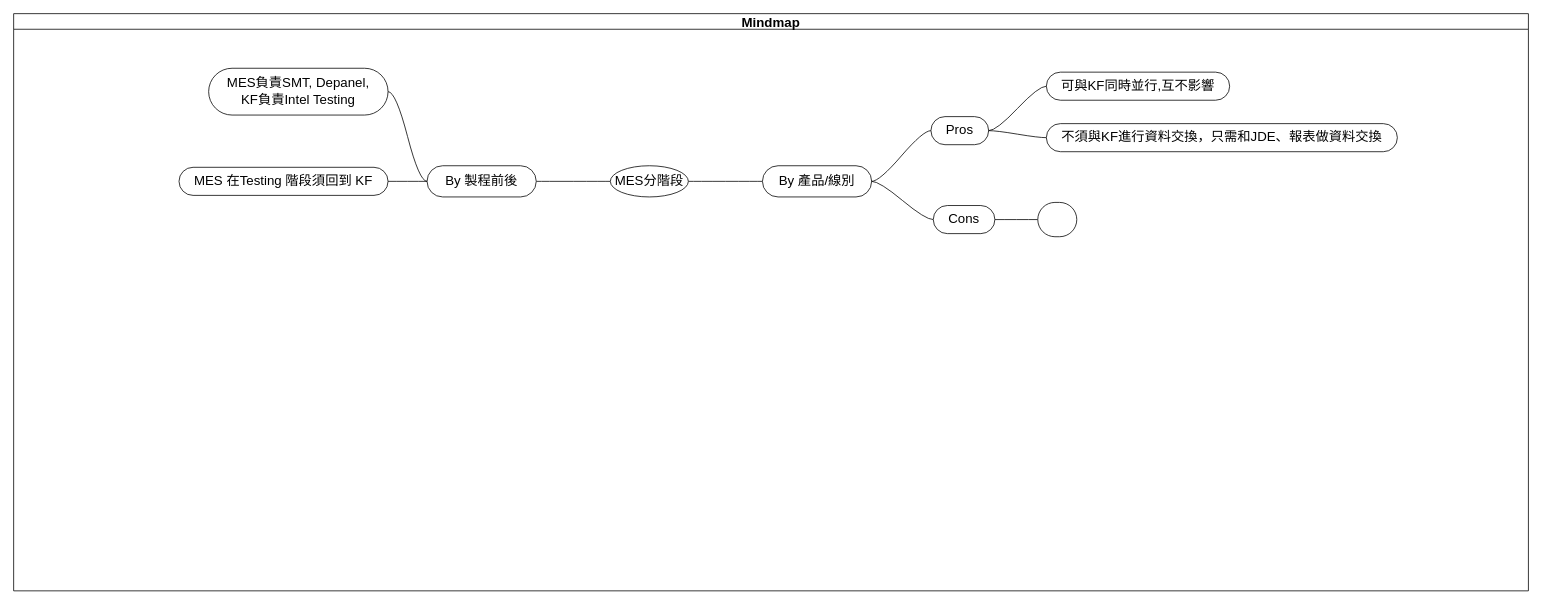
Before: MES Mindmaps/MES分階段.drawio in vinceliao99/MyDiagrams, a draw.io diagram. Source tidied: cells renumbered, new cells numbered last; positions are measured from the earlier drawing's top-left corner, leaving out a move shared by most shapes. Both pictures are drawn from the tidied source at 78%, with x=0, y=0 at pixel (13, 13).
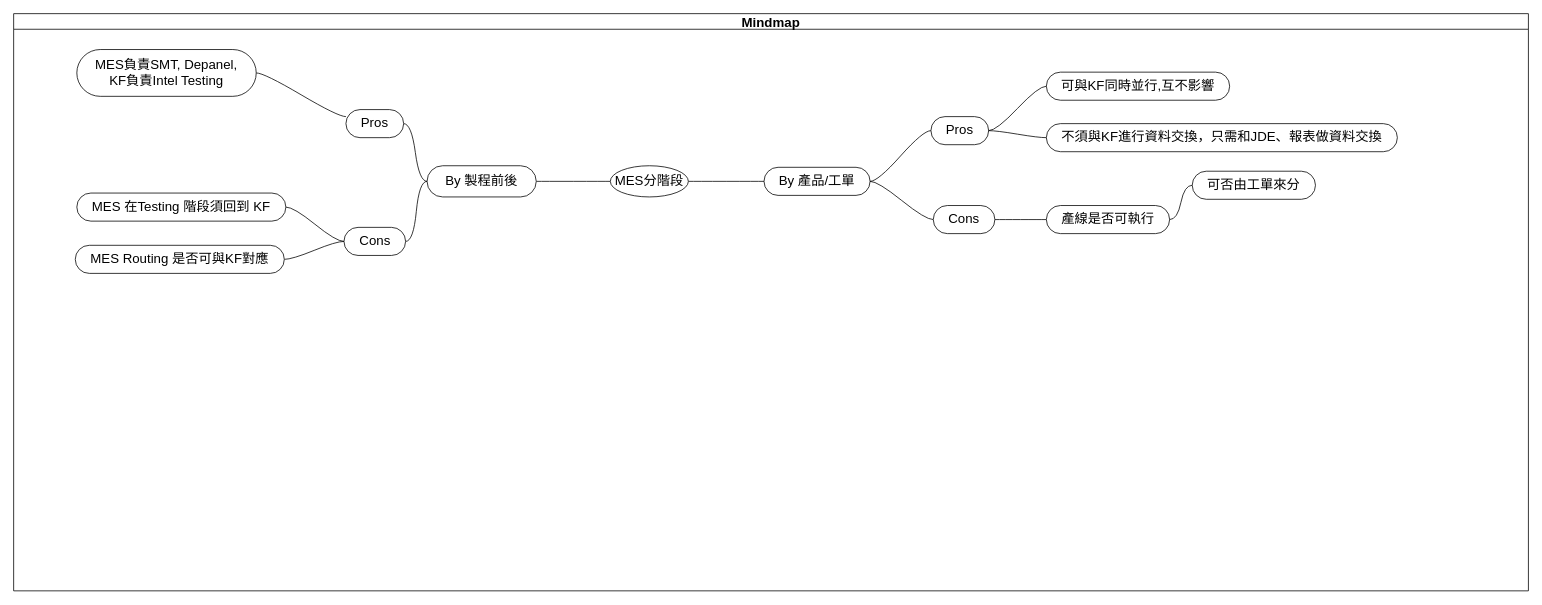
After the change.

The change refers to these unchanged cells:
```xml
<mxCell id="2" value="Mindmap" style="swimlane;startSize=20;horizontal=1;containerType=tree;fontSize=17;" parent="1" vertex="1">
  <mxGeometry width="1942" height="740" as="geometry" />
</mxCell>
<mxCell id="7" value="By 製程前後" style="whiteSpace=wrap;html=1;rounded=1;arcSize=50;align=center;verticalAlign=middle;strokeWidth=1;spacing=4;newEdgeStyle={&quot;edgeStyle&quot;:&quot;entityRelationEdgeStyle&quot;,&quot;startArrow&quot;:&quot;none&quot;,&quot;endArrow&quot;:&quot;none&quot;,&quot;segment&quot;:10,&quot;curved&quot;:1};fontSize=17;" parent="2" vertex="1">
  <mxGeometry x="530" y="195" width="140" height="40" as="geometry" />
</mxCell>
```

What changed in the source:
```diff
@@
-    <mxCell id="6" value="By 產品/線別" style="whiteSpace=wrap;html=1;rounded=1;arcSize=50;align=center;verticalAlign=middle;strokeWidth=1;spacing=4;newEdgeStyle={&quot;edgeStyle&quot;:&quot;entityRelationEdgeStyle&quot;,&quot;startArrow&quot;:&quot;none&quot;,&quot;endArrow&quot;:&quot;none&quot;,&quot;segment&quot;:10,&quot;curved&quot;:1};fontSize=17;" parent="2" vertex="1">
-      <mxGeometry x="960" y="195" width="140" height="40" as="geometry" />
+    <mxCell id="6" value="By 產品/工單" style="whiteSpace=wrap;html=1;rounded=1;arcSize=50;align=center;verticalAlign=middle;strokeWidth=1;spacing=4;newEdgeStyle={&quot;edgeStyle&quot;:&quot;entityRelationEdgeStyle&quot;,&quot;startArrow&quot;:&quot;none&quot;,&quot;endArrow&quot;:&quot;none&quot;,&quot;segment&quot;:10,&quot;curved&quot;:1};fontSize=17;" parent="2" vertex="1">
+      <mxGeometry x="962" y="197" width="136" height="36" as="geometry" />
     </mxCell>
@@
-    <mxCell id="8" style="edgeStyle=entityRelationEdgeStyle;startArrow=none;endArrow=none;segment=10;curved=1;rounded=0;fontSize=17;" parent="2" edge="1" source="7" target="9">
+    <mxCell id="8" style="edgeStyle=entityRelationEdgeStyle;startArrow=none;endArrow=none;segment=10;curved=1;rounded=0;fontSize=17;exitX=0;exitY=0.25;exitDx=0;exitDy=0;" parent="2" edge="1" source="25" target="9">
       <mxGeometry relative="1" as="geometry" />
     </mxCell>
     <mxCell id="9" value="MES負責SMT, Depanel,&lt;br&gt;KF負責Intel Testing" style="whiteSpace=wrap;html=1;rounded=1;arcSize=50;align=center;verticalAlign=middle;strokeWidth=1;spacing=4;newEdgeStyle={&quot;edgeStyle&quot;:&quot;entityRelationEdgeStyle&quot;,&quot;startArrow&quot;:&quot;none&quot;,&quot;endArrow&quot;:&quot;none&quot;,&quot;segment&quot;:10,&quot;curved&quot;:1};fontSize=17;" parent="2" vertex="1">
-      <mxGeometry x="250" y="70" width="230" height="60" as="geometry" />
+      <mxGeometry x="81" y="46" width="230" height="60" as="geometry" />
     </mxCell>
-    <mxCell id="10" style="edgeStyle=entityRelationEdgeStyle;startArrow=none;endArrow=none;segment=10;curved=1;rounded=0;fontSize=17;" parent="2" edge="1" source="7" target="11">
+    <mxCell id="10" style="edgeStyle=entityRelationEdgeStyle;startArrow=none;endArrow=none;segment=10;curved=1;rounded=0;fontSize=17;" parent="2" edge="1" source="27" target="11">
       <mxGeometry relative="1" as="geometry" />
     </mxCell>
     <mxCell id="11" value="MES 在Testing 階段須回到 KF" style="whiteSpace=wrap;html=1;rounded=1;arcSize=50;align=center;verticalAlign=middle;strokeWidth=1;spacing=4;newEdgeStyle={&quot;edgeStyle&quot;:&quot;entityRelationEdgeStyle&quot;,&quot;startArrow&quot;:&quot;none&quot;,&quot;endArrow&quot;:&quot;none&quot;,&quot;segment&quot;:10,&quot;curved&quot;:1};fontSize=17;" parent="2" vertex="1">
-      <mxGeometry x="212" y="197" width="268" height="36" as="geometry" />
+      <mxGeometry x="81" y="230" width="268" height="36" as="geometry" />
     </mxCell>
@@
-    <mxCell id="21" style="whiteSpace=wrap;html=1;rounded=1;arcSize=50;align=center;verticalAlign=middle;strokeWidth=1;spacing=4;newEdgeStyle={&quot;edgeStyle&quot;:&quot;entityRelationEdgeStyle&quot;,&quot;startArrow&quot;:&quot;none&quot;,&quot;endArrow&quot;:&quot;none&quot;,&quot;segment&quot;:10,&quot;curved&quot;:1};fontSize=17;" parent="2" vertex="1">
-      <mxGeometry x="1313" y="242" width="50" height="44" as="geometry" />
+    <mxCell id="21" value="產線是否可執行" style="whiteSpace=wrap;html=1;rounded=1;arcSize=50;align=center;verticalAlign=middle;strokeWidth=1;spacing=4;newEdgeStyle={&quot;edgeStyle&quot;:&quot;entityRelationEdgeStyle&quot;,&quot;startArrow&quot;:&quot;none&quot;,&quot;endArrow&quot;:&quot;none&quot;,&quot;segment&quot;:10,&quot;curved&quot;:1};fontSize=17;" parent="2" vertex="1">
+      <mxGeometry x="1324" y="246" width="158" height="36" as="geometry" />
     </mxCell>
+    <mxCell id="22" style="edgeStyle=entityRelationEdgeStyle;startArrow=none;endArrow=none;segment=10;curved=1;rounded=0;fontSize=17;" parent="2" edge="1" source="21" target="23">
+      <mxGeometry relative="1" as="geometry" />
+    </mxCell>
+    <mxCell id="23" value="可否由工單來分" style="whiteSpace=wrap;html=1;rounded=1;arcSize=50;align=center;verticalAlign=middle;strokeWidth=1;spacing=4;newEdgeStyle={&quot;edgeStyle&quot;:&quot;entityRelationEdgeStyle&quot;,&quot;startArrow&quot;:&quot;none&quot;,&quot;endArrow&quot;:&quot;none&quot;,&quot;segment&quot;:10,&quot;curved&quot;:1};fontSize=17;" parent="2" vertex="1">
+      <mxGeometry x="1511" y="202" width="158" height="36" as="geometry" />
+    </mxCell>
+    <mxCell id="24" style="edgeStyle=entityRelationEdgeStyle;startArrow=none;endArrow=none;segment=10;curved=1;rounded=0;fontSize=17;" parent="2" edge="1" source="7" target="25">
+      <mxGeometry relative="1" as="geometry" />
+    </mxCell>
+    <mxCell id="25" value="Pros" style="whiteSpace=wrap;html=1;rounded=1;arcSize=50;align=center;verticalAlign=middle;strokeWidth=1;spacing=4;newEdgeStyle={&quot;edgeStyle&quot;:&quot;entityRelationEdgeStyle&quot;,&quot;startArrow&quot;:&quot;none&quot;,&quot;endArrow&quot;:&quot;none&quot;,&quot;segment&quot;:10,&quot;curved&quot;:1};fontSize=17;" parent="2" vertex="1">
+      <mxGeometry x="426" y="123" width="74" height="36" as="geometry" />
+    </mxCell>
+    <mxCell id="26" style="edgeStyle=entityRelationEdgeStyle;startArrow=none;endArrow=none;segment=10;curved=1;rounded=0;fontSize=17;" parent="2" edge="1" source="7" target="27">
+      <mxGeometry relative="1" as="geometry" />
+    </mxCell>
+    <mxCell id="27" value="Cons" style="whiteSpace=wrap;html=1;rounded=1;arcSize=50;align=center;verticalAlign=middle;strokeWidth=1;spacing=4;newEdgeStyle={&quot;edgeStyle&quot;:&quot;entityRelationEdgeStyle&quot;,&quot;startArrow&quot;:&quot;none&quot;,&quot;endArrow&quot;:&quot;none&quot;,&quot;segment&quot;:10,&quot;curved&quot;:1};fontSize=17;" parent="2" vertex="1">
+      <mxGeometry x="423.5" y="274" width="79" height="36" as="geometry" />
+    </mxCell>
+    <mxCell id="28" style="edgeStyle=entityRelationEdgeStyle;startArrow=none;endArrow=none;segment=10;curved=1;rounded=0;fontSize=17;" parent="2" edge="1" source="27" target="29">
+      <mxGeometry relative="1" as="geometry" />
+    </mxCell>
+    <mxCell id="29" value="MES Routing 是否可與KF對應" style="whiteSpace=wrap;html=1;rounded=1;arcSize=50;align=center;verticalAlign=middle;strokeWidth=1;spacing=4;newEdgeStyle={&quot;edgeStyle&quot;:&quot;entityRelationEdgeStyle&quot;,&quot;startArrow&quot;:&quot;none&quot;,&quot;endArrow&quot;:&quot;none&quot;,&quot;segment&quot;:10,&quot;curved&quot;:1};fontSize=17;" parent="2" vertex="1">
+      <mxGeometry x="79" y="297" width="268" height="36" as="geometry" />
+    </mxCell>
```
